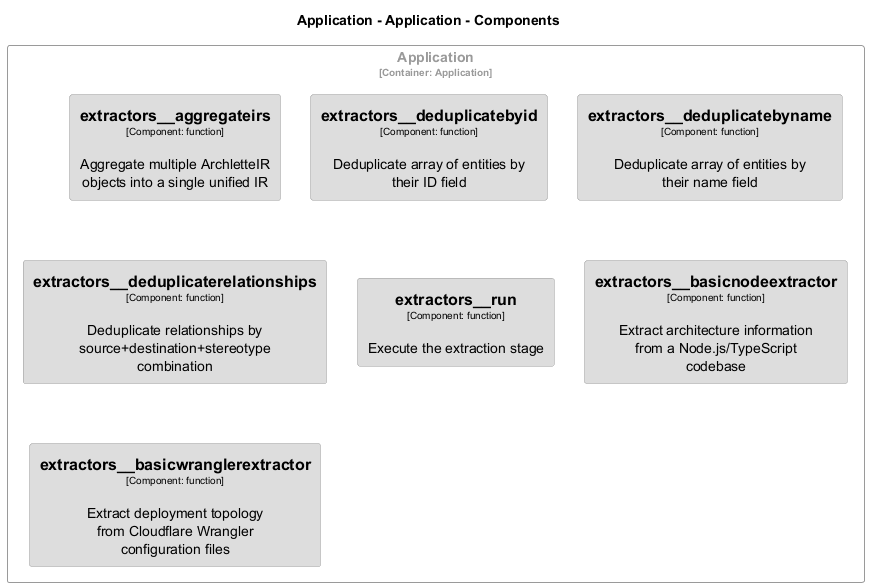
chrislyons-dev/archlette keeps this PlantUML diagram as docs/architecture/diagrams/structurizr-Classes_default_container__extractors.png. Above is the earlier version.
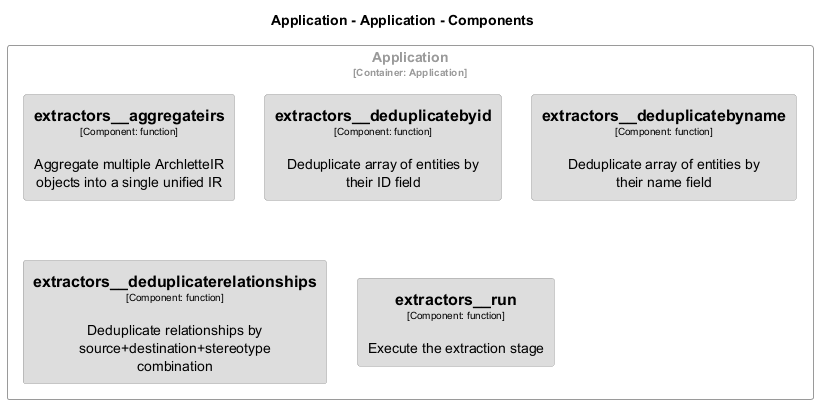
The same file after the commit.

What changed in the source:
```diff
@@ -16,18 +16,6 @@
 hide stereotype
 
 skinparam rectangle<<Application.Application.extractors__aggregateirs>> {
-  BackgroundColor #dddddd
-  FontColor #000000
-  BorderColor #9a9a9a
-  shadowing false
-}
-skinparam rectangle<<Application.Application.extractors__basicnodeextractor>> {
-  BackgroundColor #dddddd
-  FontColor #000000
-  BorderColor #9a9a9a
-  shadowing false
-}
-skinparam rectangle<<Application.Application.extractors__basicwranglerextractor>> {
   BackgroundColor #dddddd
   FontColor #000000
   BorderColor #9a9a9a
@@ -69,8 +57,6 @@
   rectangle "==extractors__deduplicatebyname\n<size:10>[Component: function]</size>\n\nDeduplicate array of entities by their name field" <<Application.Application.extractors__deduplicatebyname>> as Application.Application.extractors__deduplicatebyname
   rectangle "==extractors__deduplicaterelationships\n<size:10>[Component: function]</size>\n\nDeduplicate relationships by source+destination+stereotype combination" <<Application.Application.extractors__deduplicaterelationships>> as Application.Application.extractors__deduplicaterelationships
   rectangle "==extractors__run\n<size:10>[Component: function]</size>\n\nExecute the extraction stage" <<Application.Application.extractors__run>> as Application.Application.extractors__run
-  rectangle "==extractors__basicnodeextractor\n<size:10>[Component: function]</size>\n\nExtract architecture information from a Node.js/TypeScript codebase" <<Application.Application.extractors__basicnodeextractor>> as Application.Application.extractors__basicnodeextractor
-  rectangle "==extractors__basicwranglerextractor\n<size:10>[Component: function]</size>\n\nExtract deployment topology from Cloudflare Wrangler configuration files" <<Application.Application.extractors__basicwranglerextractor>> as Application.Application.extractors__basicwranglerextractor
 }
 
 @enduml
```
